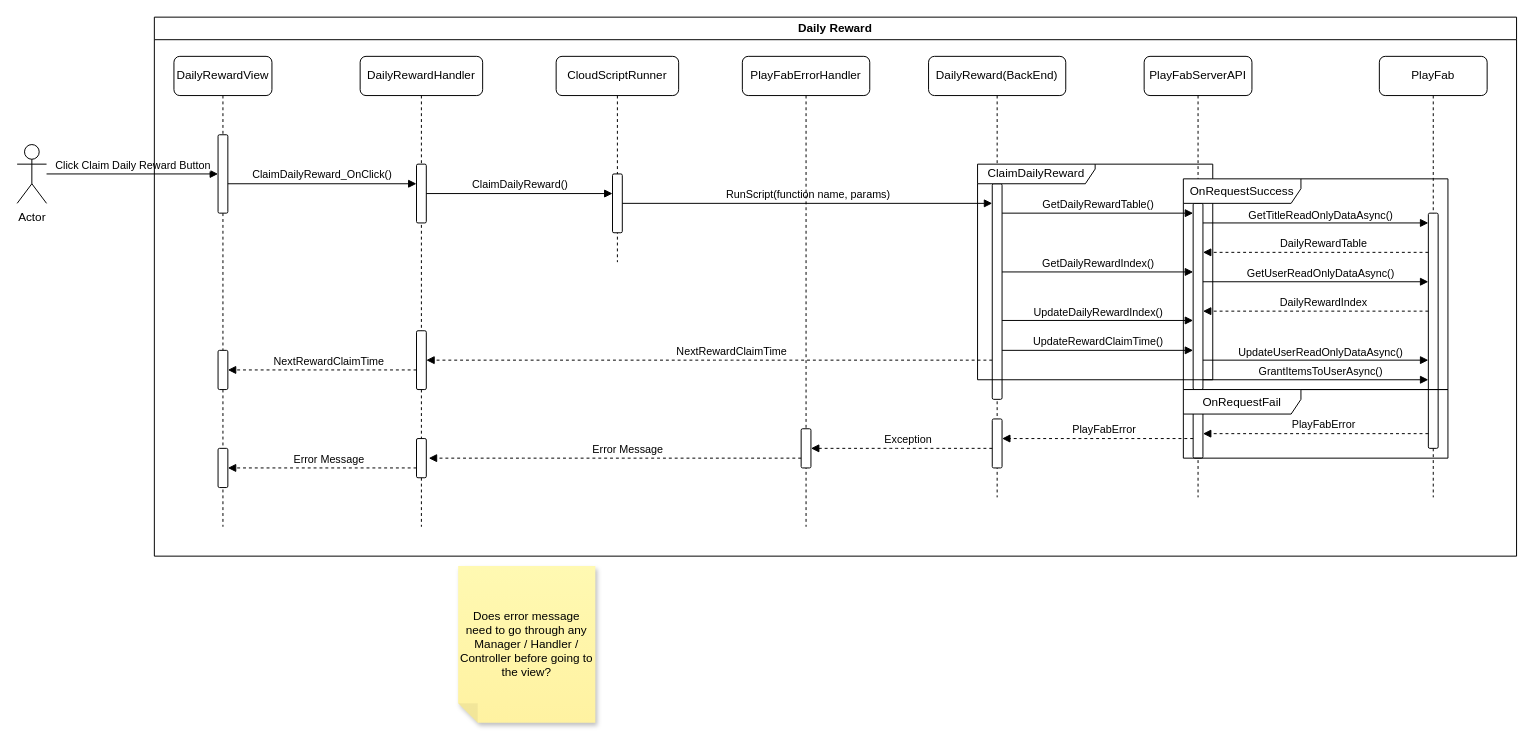
This is page "DailyReward" (3 of 3) of cosmic-shore-backend-services.drawio from froglet-studio/cosmic-shore-backend-diagrams, a draw.io file, before an edit. Source tidied: cells renumbered, new cells numbered last; positions are measured from the earlier drawing's top-left corner, leaving out a move shared by most shapes. Both pictures are drawn from the tidied source at 98%, with x=0, y=0 at pixel (17, 17).
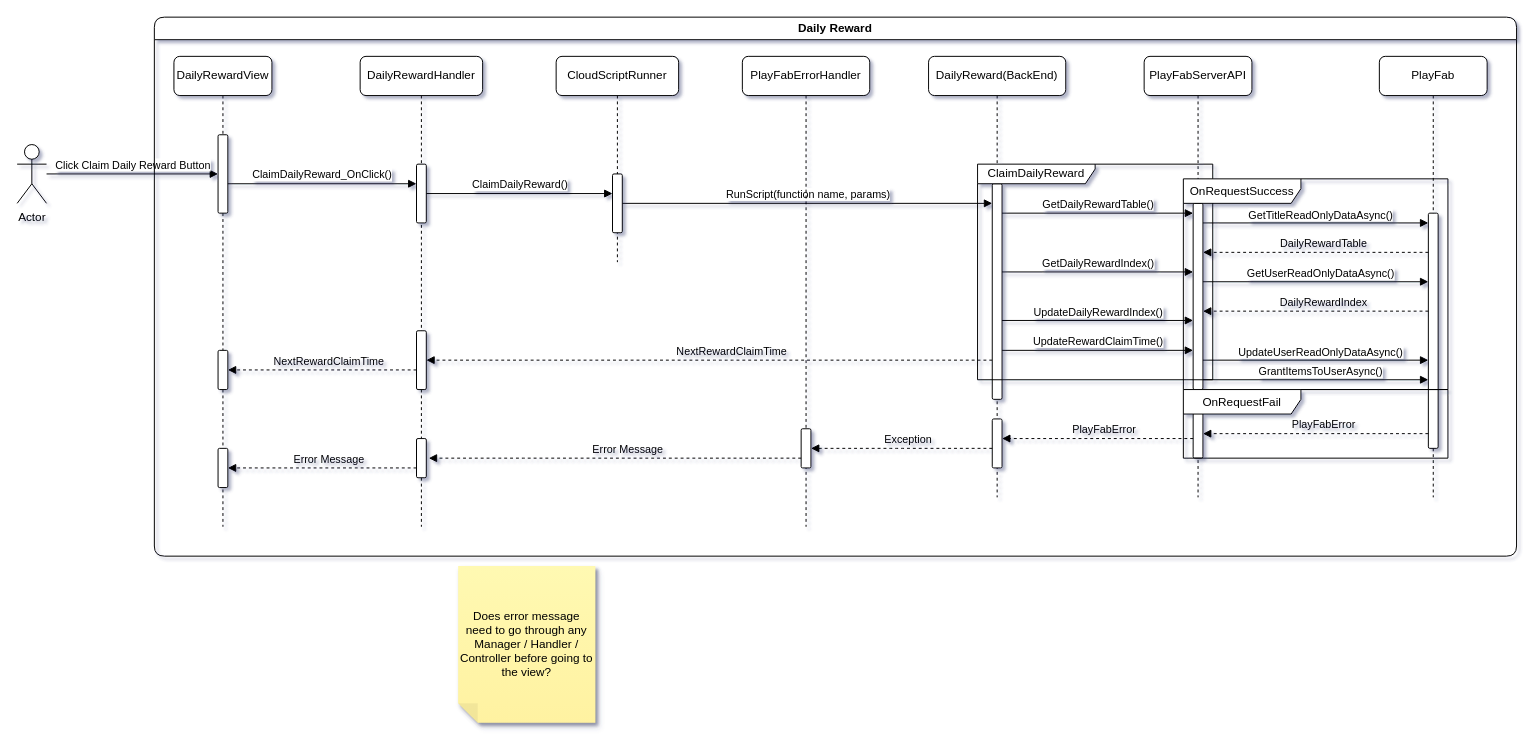
The same diagram, later.

Unchanged cells that the change refers to:
```xml
<mxCell id="7" style="html=1;points=[];perimeter=orthogonalPerimeter;outlineConnect=0;targetShapes=umlLifeline;portConstraint=eastwest;newEdgeStyle={&quot;edgeStyle&quot;:&quot;elbowEdgeStyle&quot;,&quot;elbow&quot;:&quot;vertical&quot;,&quot;curved&quot;:0,&quot;rounded&quot;:0};labelBackgroundColor=none;rounded=1;" parent="6" vertex="1">
  <mxGeometry x="45" y="80" width="10" height="80" as="geometry" />
</mxCell>
<mxCell id="29" style="html=1;points=[];perimeter=orthogonalPerimeter;outlineConnect=0;targetShapes=umlLifeline;portConstraint=eastwest;newEdgeStyle={&quot;edgeStyle&quot;:&quot;elbowEdgeStyle&quot;,&quot;elbow&quot;:&quot;vertical&quot;,&quot;curved&quot;:0,&quot;rounded&quot;:0};labelBackgroundColor=none;rounded=1;" parent="28" vertex="1">
  <mxGeometry x="65" y="130" width="10" height="220" as="geometry" />
</mxCell>
```

The edit, as a diff of the source:
```diff
@@
-<mxGraphModel>
+<mxGraphModel shadow="1">
@@
-    <mxCell id="10" value="Actor" style="shape=umlActor;verticalLabelPosition=bottom;verticalAlign=top;html=1;" parent="1" vertex="1">
+    <mxCell id="10" value="Actor" style="shape=umlActor;verticalLabelPosition=bottom;verticalAlign=top;html=1;rounded=1;" parent="1" vertex="1">
       <mxGeometry y="130" width="30" height="60" as="geometry" />
     </mxCell>
-    <mxCell id="11" value="Click Claim Daily Reward Button" style="html=1;verticalAlign=bottom;endArrow=block;curved=0;rounded=0;" parent="1" edge="1" target="7">
+    <mxCell id="11" value="Click Claim Daily Reward Button" style="html=1;verticalAlign=bottom;endArrow=block;curved=0;rounded=1;" parent="1" edge="1" target="7">
       <mxGeometry relative="1" as="geometry">
         <mxPoint x="30" y="160" as="sourcePoint" />
       </mxGeometry>
     </mxCell>
-    <mxCell id="12" value="ClaimDailyReward_OnClick()" style="html=1;verticalAlign=bottom;endArrow=block;curved=0;rounded=0;" parent="1" edge="1">
+    <mxCell id="12" value="ClaimDailyReward_OnClick()" style="html=1;verticalAlign=bottom;endArrow=block;curved=0;rounded=1;" parent="1" edge="1">
       <mxGeometry relative="1" as="geometry">
         <mxPoint x="215" y="170" as="sourcePoint" />
         <mxPoint x="407.5" y="170" as="targetPoint" />
       </mxGeometry>
     </mxCell>
@@
-    <mxCell id="15" value="ClaimDailyReward()" style="html=1;verticalAlign=bottom;endArrow=block;curved=0;rounded=0;" parent="1" edge="1">
+    <mxCell id="15" value="ClaimDailyReward()" style="html=1;verticalAlign=bottom;endArrow=block;curved=0;rounded=1;" parent="1" edge="1">
       <mxGeometry relative="1" as="geometry">
         <mxPoint x="417.5" y="180" as="sourcePoint" />
         <mxPoint x="607.5" y="180" as="targetPoint" />
       </mxGeometry>
     </mxCell>
-    <mxCell id="16" value="RunScript(function name, params)" style="html=1;verticalAlign=bottom;endArrow=block;curved=0;rounded=0;" parent="1" edge="1" target="29">
+    <mxCell id="16" value="RunScript(function name, params)" style="html=1;verticalAlign=bottom;endArrow=block;curved=0;rounded=1;" parent="1" edge="1" target="29">
       <mxGeometry relative="1" as="geometry">
         <mxPoint x="617.5" y="190" as="sourcePoint" />
       </mxGeometry>
     </mxCell>
@@
-    <mxCell id="20" value="GetDailyRewardTable()" style="html=1;verticalAlign=bottom;endArrow=block;curved=0;rounded=0;" parent="1" edge="1" source="29">
+    <mxCell id="20" value="GetDailyRewardTable()" style="html=1;verticalAlign=bottom;endArrow=block;curved=0;rounded=1;" parent="1" edge="1" source="29">
       <mxGeometry relative="1" as="geometry">
         <mxPoint x="1200" y="200" as="targetPoint" />
       </mxGeometry>
     </mxCell>
@@
-    <mxCell id="23" value="GetTitleReadOnlyDataAsync()" style="html=1;verticalAlign=bottom;endArrow=block;curved=0;rounded=0;" parent="1" edge="1">
+    <mxCell id="23" value="GetTitleReadOnlyDataAsync()" style="html=1;verticalAlign=bottom;endArrow=block;curved=0;rounded=1;" parent="1" edge="1">
       <mxGeometry x="0.04" relative="1" as="geometry">
         <mxPoint x="1210" y="210" as="sourcePoint" />
         <mxPoint x="1440" y="210" as="targetPoint" />
         <mxPoint y="1" as="offset" />
       </mxGeometry>
     </mxCell>
@@
-    <mxCell id="25" value="GetUserReadOnlyDataAsync()" style="html=1;verticalAlign=bottom;endArrow=block;curved=0;rounded=0;" parent="1" edge="1">
+    <mxCell id="25" value="GetUserReadOnlyDataAsync()" style="html=1;verticalAlign=bottom;endArrow=block;curved=0;rounded=1;" parent="1" edge="1">
       <mxGeometry x="0.04" relative="1" as="geometry">
         <mxPoint x="1210" y="270" as="sourcePoint" />
         <mxPoint x="1440" y="270" as="targetPoint" />
         <mxPoint y="1" as="offset" />
       </mxGeometry>
     </mxCell>
@@
-    <mxCell id="31" value="UpdateUserReadOnlyDataAsync()" style="html=1;verticalAlign=bottom;endArrow=block;curved=0;rounded=0;" parent="1" edge="1">
+    <mxCell id="31" value="UpdateUserReadOnlyDataAsync()" style="html=1;verticalAlign=bottom;endArrow=block;curved=0;rounded=1;" parent="1" edge="1">
       <mxGeometry x="0.04" relative="1" as="geometry">
         <mxPoint x="1210" y="350" as="sourcePoint" />
         <mxPoint x="1440" y="350" as="targetPoint" />
         <mxPoint y="1" as="offset" />
       </mxGeometry>
     </mxCell>
-    <mxCell id="32" value="GetDailyRewardIndex()" style="html=1;verticalAlign=bottom;endArrow=block;curved=0;rounded=0;" parent="1" edge="1">
+    <mxCell id="32" value="GetDailyRewardIndex()" style="html=1;verticalAlign=bottom;endArrow=block;curved=0;rounded=1;" parent="1" edge="1">
       <mxGeometry relative="1" as="geometry">
         <mxPoint x="1005" y="260" as="sourcePoint" />
         <mxPoint x="1200" y="260" as="targetPoint" />
       </mxGeometry>
     </mxCell>
-    <mxCell id="33" value="UpdateRewardClaimTime()" style="html=1;verticalAlign=bottom;endArrow=block;curved=0;rounded=0;" parent="1" edge="1">
+    <mxCell id="33" value="UpdateRewardClaimTime()" style="html=1;verticalAlign=bottom;endArrow=block;curved=0;rounded=1;" parent="1" edge="1">
       <mxGeometry relative="1" as="geometry">
         <mxPoint x="1005" y="340" as="sourcePoint" />
         <mxPoint x="1200" y="340" as="targetPoint" />
       </mxGeometry>
     </mxCell>
@@
-    <mxCell id="35" value="UpdateDailyRewardIndex()" style="html=1;verticalAlign=bottom;endArrow=block;curved=0;rounded=0;" parent="1" edge="1">
+    <mxCell id="35" value="UpdateDailyRewardIndex()" style="html=1;verticalAlign=bottom;endArrow=block;curved=0;rounded=1;" parent="1" edge="1">
       <mxGeometry relative="1" as="geometry">
         <mxPoint x="1005" y="309.5" as="sourcePoint" />
         <mxPoint x="1200" y="309.5" as="targetPoint" />
       </mxGeometry>
     </mxCell>
@@
-    <mxCell id="43" value="Does error message need to go through any Manager / Handler / Controller before going to the view?" style="shape=note;whiteSpace=wrap;html=1;backgroundOutline=1;fontColor=#000000;darkOpacity=0.05;fillColor=#FFF9B2;strokeColor=none;fillStyle=solid;direction=west;gradientDirection=north;gradientColor=#FFF2A1;shadow=1;size=20;" parent="1" vertex="1">
+    <mxCell id="43" value="Does error message need to go through any Manager / Handler / Controller before going to the view?" style="shape=note;whiteSpace=wrap;html=1;backgroundOutline=1;fontColor=#000000;darkOpacity=0.05;fillColor=#FFF9B2;strokeColor=none;fillStyle=solid;direction=west;gradientDirection=north;gradientColor=#FFF2A1;shadow=1;size=20;rounded=1;" parent="1" vertex="1">
       <mxGeometry x="450" y="560" width="140" height="160" as="geometry" />
     </mxCell>
-    <mxCell id="44" value="Daily Reward" style="swimlane;whiteSpace=wrap;html=1;" parent="1" vertex="1">
+    <mxCell id="44" value="Daily Reward" style="swimlane;whiteSpace=wrap;html=1;rounded=1;" parent="1" vertex="1">
       <mxGeometry x="140" width="1390" height="550" as="geometry" />
     </mxCell>
-    <mxCell id="45" value="GrantItemsToUserAsync()" style="html=1;verticalAlign=bottom;endArrow=block;curved=0;rounded=0;" parent="44" edge="1">
+    <mxCell id="45" value="GrantItemsToUserAsync()" style="html=1;verticalAlign=bottom;endArrow=block;curved=0;rounded=1;" parent="44" edge="1">
       <mxGeometry x="0.04" relative="1" as="geometry">
         <mxPoint x="1070" y="370" as="sourcePoint" />
         <mxPoint x="1300" y="370" as="targetPoint" />
         <mxPoint y="1" as="offset" />
       </mxGeometry>
     </mxCell>
```
